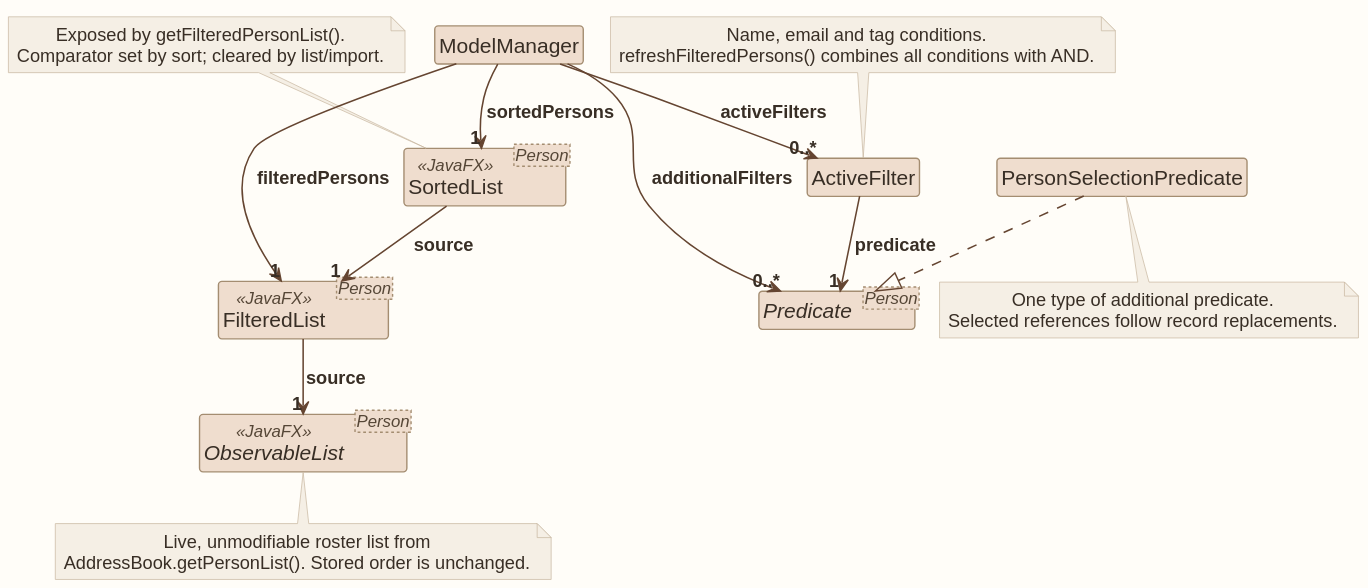
Above: docs/images/ModelViewDiagram.svg in AY2627S1-CS2103T-W12-1/tp (PlantUML), before the change. Source of this version:
```plantuml
@startuml
!pragma layout smetana
!include style.puml
skinparam arrowThickness 1.1
skinparam arrowColor MODEL_COLOR_T4
skinparam classBackgroundColor MODEL_COLOR
skinparam nodesep 35
skinparam ranksep 35

class ModelManager
class ActiveFilter
interface "Predicate<Person>" as Predicate
class PersonSelectionPredicate
class "SortedList<Person>" as Sorted <<JavaFX>>
class "FilteredList<Person>" as Filtered <<JavaFX>>
interface "ObservableList<Person>" as Records <<JavaFX>>

ModelManager --> "0..*" ActiveFilter : activeFilters
ModelManager --> "0..*" Predicate : additionalFilters
PersonSelectionPredicate ..|> Predicate
ActiveFilter --> "1" Predicate : predicate
ModelManager --> "1" Sorted : sortedPersons
ModelManager --> "1" Filtered : filteredPersons
Sorted --> "1" Filtered : source
Filtered --> "1" Records : source
note bottom of Records: Live, unmodifiable roster list from\nAddressBook.getPersonList(). Stored order is unchanged.
note top of Sorted: Exposed by getFilteredPersonList().\nComparator set by sort; cleared by list/import.
note top of ActiveFilter: Name, email and tag conditions.\nrefreshFilteredPersons() combines all conditions with AND.
note bottom of PersonSelectionPredicate: One type of additional predicate.\nSelected references follow record replacements.
@enduml
```
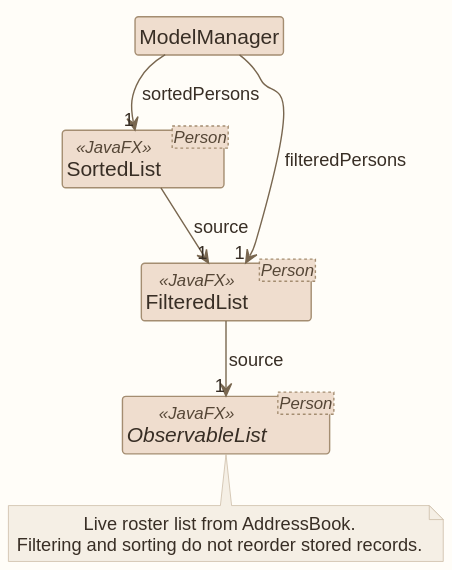
After the commit.

Diff of the diagram source:
```diff
@@ -1,30 +1,20 @@
 @startuml
 !pragma layout smetana
 !include style.puml
-skinparam arrowThickness 1.1
-skinparam arrowColor MODEL_COLOR_T4
+skinparam ArrowFontStyle plain
 skinparam classBackgroundColor MODEL_COLOR
 skinparam nodesep 35
-skinparam ranksep 35
-
+skinparam ranksep 40
 class ModelManager
-class ActiveFilter
-interface "Predicate<Person>" as Predicate
-class PersonSelectionPredicate
 class "SortedList<Person>" as Sorted <<JavaFX>>
 class "FilteredList<Person>" as Filtered <<JavaFX>>
 interface "ObservableList<Person>" as Records <<JavaFX>>
-
-ModelManager --> "0..*" ActiveFilter : activeFilters
-ModelManager --> "0..*" Predicate : additionalFilters
-PersonSelectionPredicate ..|> Predicate
-ActiveFilter --> "1" Predicate : predicate
-ModelManager --> "1" Sorted : sortedPersons
-ModelManager --> "1" Filtered : filteredPersons
-Sorted --> "1" Filtered : source
-Filtered --> "1" Records : source
-note bottom of Records: Live, unmodifiable roster list from\nAddressBook.getPersonList(). Stored order is unchanged.
-note top of Sorted: Exposed by getFilteredPersonList().\nComparator set by sort; cleared by list/import.
-note top of ActiveFilter: Name, email and tag conditions.\nrefreshFilteredPersons() combines all conditions with AND.
-note bottom of PersonSelectionPredicate: One type of additional predicate.\nSelected references follow record replacements.
+ModelManager -down-> "1" Sorted : sortedPersons
+ModelManager -right-> "1" Filtered : filteredPersons
+Sorted -down-> "1" Filtered : source
+Filtered -down-> "1" Records : source
+note bottom of Records
+Live roster list from AddressBook.
+Filtering and sorting do not reorder stored records.
+end note
 @enduml
```
